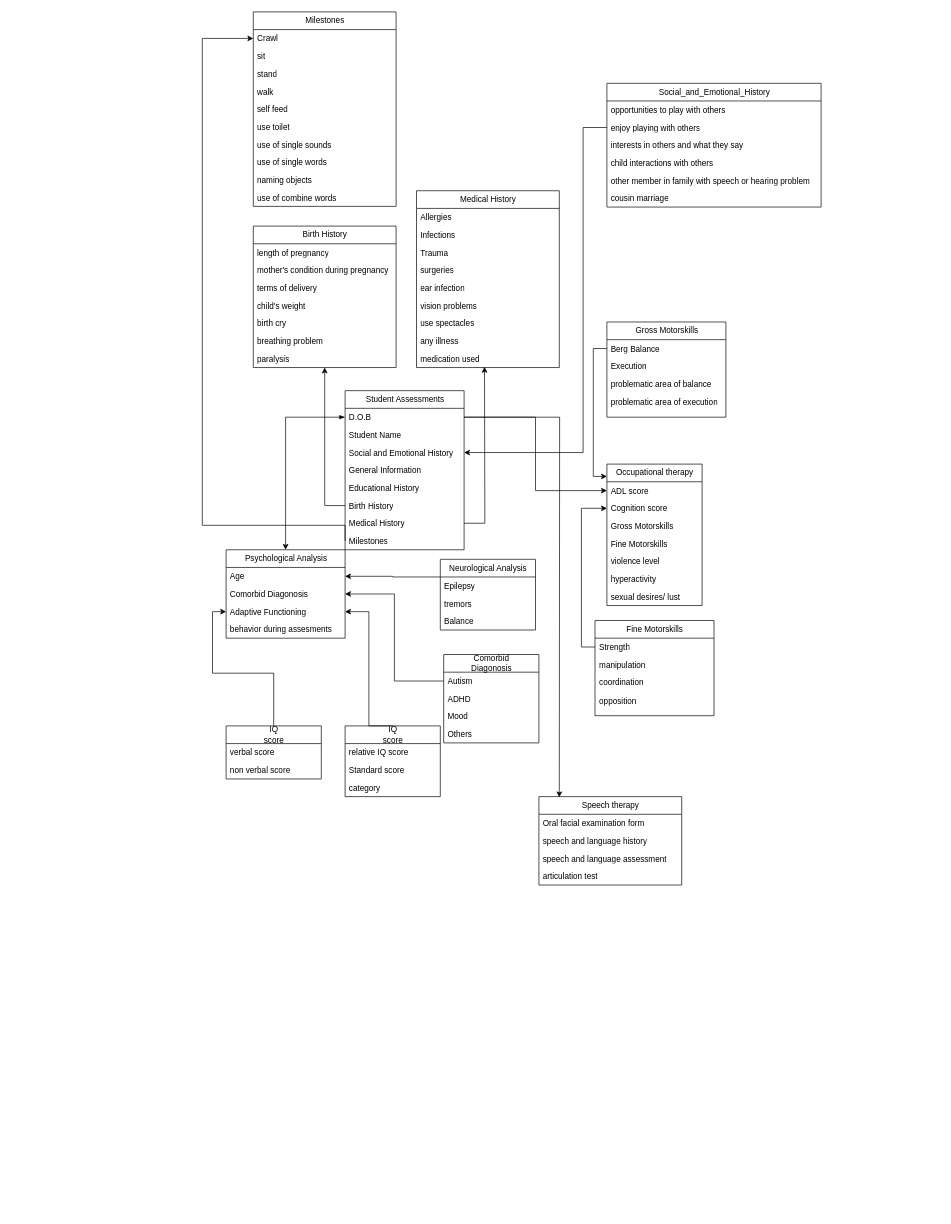
haris-hk/Project-Manzil keeps this draw.io diagram as Untitled Diagram.drawio. Above is the earlier version. Source tidied: cells renumbered, new cells numbered last; positions are measured from the earlier drawing's top-left corner, leaving out a move shared by most shapes. Both pictures are drawn from the tidied source at 68%, with x=0, y=0 at pixel (202, 12).
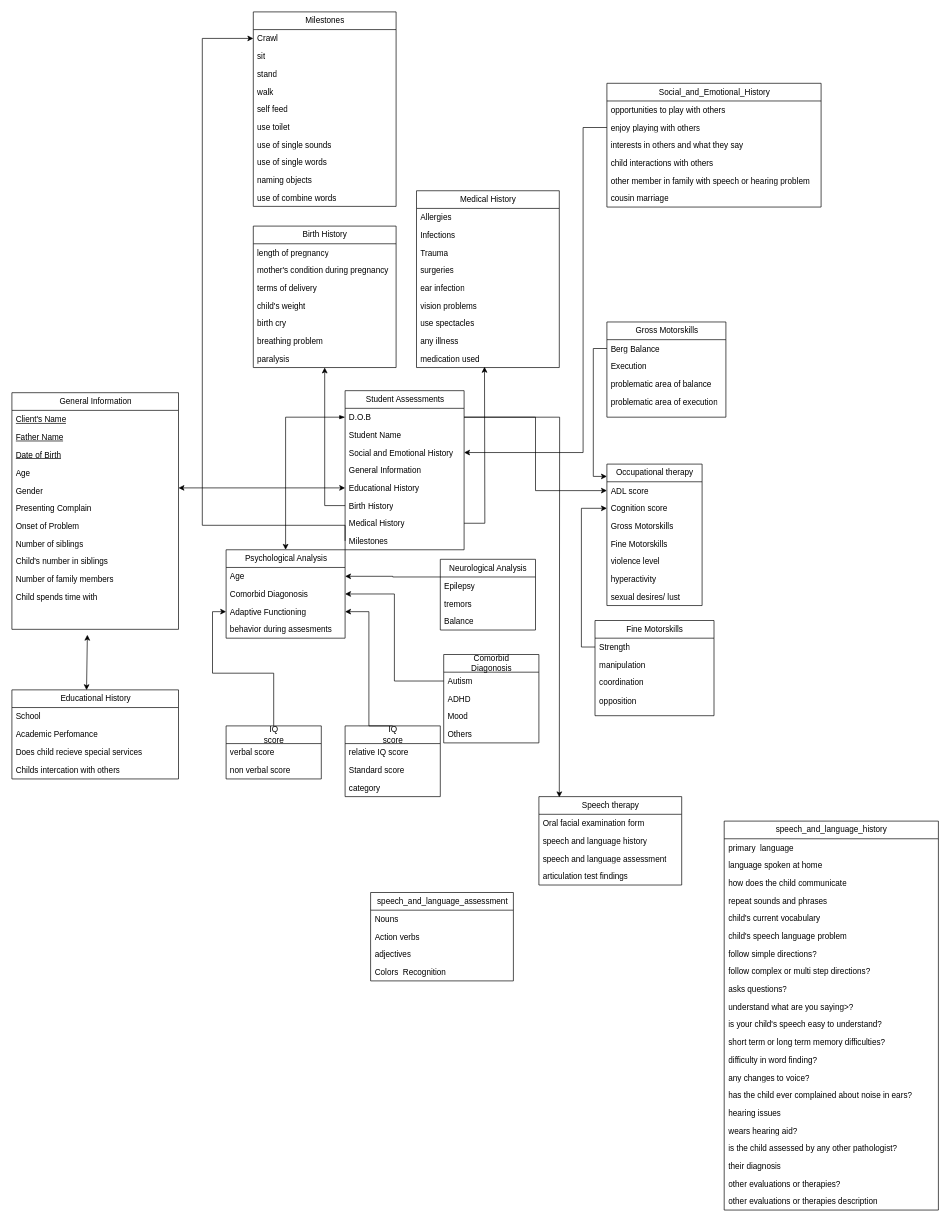
After the change.

The change refers to these unchanged cells:
```xml
<mxCell id="9" value="Educational History" style="text;strokeColor=none;fillColor=none;align=left;verticalAlign=top;spacingLeft=4;spacingRight=4;overflow=hidden;points=[[0,0.5],[1,0.5]];portConstraint=eastwest;whiteSpace=wrap;html=1;" parent="2" vertex="1">
  <mxGeometry y="130" width="175" height="26" as="geometry" />
</mxCell>
<mxCell id="91" value="Speech therapy" style="swimlane;fontStyle=0;horizontal=1;startSize=26;fillColor=none;html=1;" parent="1" vertex="1">
  <mxGeometry x="495" y="1154" width="210" height="130" as="geometry" />
</mxCell>
```

Change to the diagram source:
```diff
@@
-    <mxCell id="95" value="articulation test" style="text;strokeColor=none;fillColor=none;align=left;verticalAlign=top;spacingLeft=4;spacingRight=4;overflow=hidden;whiteSpace=wrap;html=1;" parent="91" vertex="1">
+    <mxCell id="95" value="articulation test findings" style="text;strokeColor=none;fillColor=none;align=left;verticalAlign=top;spacingLeft=4;spacingRight=4;overflow=hidden;whiteSpace=wrap;html=1;" parent="91" vertex="1">
       <mxGeometry y="104" width="210" height="26" as="geometry" />
     </mxCell>
@@
+    <mxCell id="105" value="&lt;span style=&quot;text-align: left; text-wrap: wrap;&quot;&gt;speech_and_language_history&lt;/span&gt;" style="swimlane;fontStyle=0;horizontal=1;startSize=26;fillColor=none;html=1;" parent="1" vertex="1">
+      <mxGeometry x="767.5" y="1190" width="315" height="572" as="geometry" />
+    </mxCell>
+    <mxCell id="106" value="primary&amp;nbsp; language" style="text;strokeColor=none;fillColor=none;align=left;verticalAlign=top;spacingLeft=4;spacingRight=4;overflow=hidden;whiteSpace=wrap;html=1;" parent="105" vertex="1">
+      <mxGeometry y="26" width="315" height="26" as="geometry" />
+    </mxCell>
+    <mxCell id="107" value="language spoken at home" style="text;strokeColor=none;fillColor=none;align=left;verticalAlign=top;spacingLeft=4;spacingRight=4;overflow=hidden;whiteSpace=wrap;html=1;" parent="105" vertex="1">
+      <mxGeometry y="52" width="315" height="26" as="geometry" />
+    </mxCell>
+    <mxCell id="108" value="how does the child communicate" style="text;strokeColor=none;fillColor=none;align=left;verticalAlign=top;spacingLeft=4;spacingRight=4;overflow=hidden;whiteSpace=wrap;html=1;" parent="105" vertex="1">
+      <mxGeometry y="78" width="315" height="26" as="geometry" />
+    </mxCell>
+    <mxCell id="109" value="repeat sounds and phrases" style="text;strokeColor=none;fillColor=none;align=left;verticalAlign=top;spacingLeft=4;spacingRight=4;overflow=hidden;whiteSpace=wrap;html=1;" parent="105" vertex="1">
+      <mxGeometry y="104" width="315" height="26" as="geometry" />
+    </mxCell>
+    <mxCell id="110" value="child's current vocabulary" style="text;strokeColor=none;fillColor=none;align=left;verticalAlign=top;spacingLeft=4;spacingRight=4;overflow=hidden;whiteSpace=wrap;html=1;" parent="105" vertex="1">
+      <mxGeometry y="130" width="315" height="26" as="geometry" />
+    </mxCell>
+    <mxCell id="111" value="child's speech language problem" style="text;strokeColor=none;fillColor=none;align=left;verticalAlign=top;spacingLeft=4;spacingRight=4;overflow=hidden;whiteSpace=wrap;html=1;" parent="105" vertex="1">
+      <mxGeometry y="156" width="315" height="26" as="geometry" />
+    </mxCell>
+    <mxCell id="112" value="follow simple directions?" style="text;strokeColor=none;fillColor=none;align=left;verticalAlign=top;spacingLeft=4;spacingRight=4;overflow=hidden;whiteSpace=wrap;html=1;" parent="105" vertex="1">
+      <mxGeometry y="182" width="315" height="26" as="geometry" />
+    </mxCell>
+    <mxCell id="113" value="follow complex or multi step directions?" style="text;strokeColor=none;fillColor=none;align=left;verticalAlign=top;spacingLeft=4;spacingRight=4;overflow=hidden;whiteSpace=wrap;html=1;" parent="105" vertex="1">
+      <mxGeometry y="208" width="315" height="26" as="geometry" />
+    </mxCell>
+    <mxCell id="114" value="asks questions?" style="text;strokeColor=none;fillColor=none;align=left;verticalAlign=top;spacingLeft=4;spacingRight=4;overflow=hidden;whiteSpace=wrap;html=1;" parent="105" vertex="1">
+      <mxGeometry y="234" width="315" height="26" as="geometry" />
+    </mxCell>
+    <mxCell id="115" value="understand what are you saying&amp;gt;?" style="text;strokeColor=none;fillColor=none;align=left;verticalAlign=top;spacingLeft=4;spacingRight=4;overflow=hidden;whiteSpace=wrap;html=1;" parent="105" vertex="1">
+      <mxGeometry y="260" width="315" height="26" as="geometry" />
+    </mxCell>
+    <mxCell id="116" value="is your child's speech easy to understand?" style="text;strokeColor=none;fillColor=none;align=left;verticalAlign=top;spacingLeft=4;spacingRight=4;overflow=hidden;whiteSpace=wrap;html=1;" parent="105" vertex="1">
+      <mxGeometry y="286" width="315" height="26" as="geometry" />
+    </mxCell>
+    <mxCell id="117" value="short term or long term memory difficulties?" style="text;strokeColor=none;fillColor=none;align=left;verticalAlign=top;spacingLeft=4;spacingRight=4;overflow=hidden;whiteSpace=wrap;html=1;" parent="105" vertex="1">
+      <mxGeometry y="312" width="315" height="26" as="geometry" />
+    </mxCell>
+    <mxCell id="118" value="difficulty in word finding?" style="text;strokeColor=none;fillColor=none;align=left;verticalAlign=top;spacingLeft=4;spacingRight=4;overflow=hidden;whiteSpace=wrap;html=1;" parent="105" vertex="1">
+      <mxGeometry y="338" width="315" height="26" as="geometry" />
+    </mxCell>
+    <mxCell id="119" value="any changes to voice?" style="text;strokeColor=none;fillColor=none;align=left;verticalAlign=top;spacingLeft=4;spacingRight=4;overflow=hidden;whiteSpace=wrap;html=1;" parent="105" vertex="1">
+      <mxGeometry y="364" width="315" height="26" as="geometry" />
+    </mxCell>
+    <mxCell id="120" value="has the child ever complained about noise in ears?" style="text;strokeColor=none;fillColor=none;align=left;verticalAlign=top;spacingLeft=4;spacingRight=4;overflow=hidden;whiteSpace=wrap;html=1;" parent="105" vertex="1">
+      <mxGeometry y="390" width="315" height="26" as="geometry" />
+    </mxCell>
+    <mxCell id="121" value="hearing issues" style="text;strokeColor=none;fillColor=none;align=left;verticalAlign=top;spacingLeft=4;spacingRight=4;overflow=hidden;whiteSpace=wrap;html=1;" parent="105" vertex="1">
+      <mxGeometry y="416" width="315" height="26" as="geometry" />
+    </mxCell>
+    <mxCell id="122" value="wears hearing aid?" style="text;strokeColor=none;fillColor=none;align=left;verticalAlign=top;spacingLeft=4;spacingRight=4;overflow=hidden;whiteSpace=wrap;html=1;" parent="105" vertex="1">
+      <mxGeometry y="442" width="315" height="26" as="geometry" />
+    </mxCell>
+    <mxCell id="123" value="is the child assessed by any other pathologist?" style="text;strokeColor=none;fillColor=none;align=left;verticalAlign=top;spacingLeft=4;spacingRight=4;overflow=hidden;whiteSpace=wrap;html=1;" parent="105" vertex="1">
+      <mxGeometry y="468" width="315" height="26" as="geometry" />
+    </mxCell>
+    <mxCell id="124" value="their diagnosis" style="text;strokeColor=none;fillColor=none;align=left;verticalAlign=top;spacingLeft=4;spacingRight=4;overflow=hidden;whiteSpace=wrap;html=1;" parent="105" vertex="1">
+      <mxGeometry y="494" width="315" height="26" as="geometry" />
+    </mxCell>
+    <mxCell id="125" value="other evaluations or therapies?" style="text;strokeColor=none;fillColor=none;align=left;verticalAlign=top;spacingLeft=4;spacingRight=4;overflow=hidden;whiteSpace=wrap;html=1;" parent="105" vertex="1">
+      <mxGeometry y="520" width="315" height="26" as="geometry" />
+    </mxCell>
+    <mxCell id="126" value="other evaluations or therapies description" style="text;strokeColor=none;fillColor=none;align=left;verticalAlign=top;spacingLeft=4;spacingRight=4;overflow=hidden;whiteSpace=wrap;html=1;" parent="105" vertex="1">
+      <mxGeometry y="546" width="315" height="26" as="geometry" />
+    </mxCell>
+    <mxCell id="127" value="&lt;span style=&quot;text-align: left; text-wrap: wrap;&quot;&gt;speech_and_language_assessment&lt;/span&gt;" style="swimlane;fontStyle=0;horizontal=1;startSize=26;fillColor=none;html=1;" parent="1" vertex="1">
+      <mxGeometry x="247.5" y="1295" width="210" height="130" as="geometry" />
+    </mxCell>
+    <mxCell id="128" value="Nouns" style="text;strokeColor=none;fillColor=none;align=left;verticalAlign=top;spacingLeft=4;spacingRight=4;overflow=hidden;whiteSpace=wrap;html=1;" parent="127" vertex="1">
+      <mxGeometry y="26" width="210" height="26" as="geometry" />
+    </mxCell>
+    <mxCell id="129" value="Action verbs" style="text;strokeColor=none;fillColor=none;align=left;verticalAlign=top;spacingLeft=4;spacingRight=4;overflow=hidden;whiteSpace=wrap;html=1;" parent="127" vertex="1">
+      <mxGeometry y="52" width="210" height="26" as="geometry" />
+    </mxCell>
+    <mxCell id="130" value="adjectives" style="text;strokeColor=none;fillColor=none;align=left;verticalAlign=top;spacingLeft=4;spacingRight=4;overflow=hidden;whiteSpace=wrap;html=1;" parent="127" vertex="1">
+      <mxGeometry y="78" width="210" height="26" as="geometry" />
+    </mxCell>
+    <mxCell id="131" value="Colors&amp;nbsp; Recognition" style="text;strokeColor=none;fillColor=none;align=left;verticalAlign=top;spacingLeft=4;spacingRight=4;overflow=hidden;whiteSpace=wrap;html=1;" parent="127" vertex="1">
+      <mxGeometry y="104" width="210" height="26" as="geometry" />
+    </mxCell>
+    <mxCell id="132" value="General Information" style="swimlane;fontStyle=0;horizontal=1;startSize=26;fillColor=none;html=1;" parent="1" vertex="1">
+      <mxGeometry x="-280" y="560" width="245" height="348" as="geometry" />
+    </mxCell>
+    <mxCell id="133" value="&lt;u&gt;Client's Name&lt;/u&gt;" style="text;strokeColor=none;fillColor=none;align=left;verticalAlign=top;spacingLeft=4;spacingRight=4;overflow=hidden;whiteSpace=wrap;html=1;" parent="132" vertex="1">
+      <mxGeometry y="26" width="245" height="26" as="geometry" />
+    </mxCell>
+    <mxCell id="134" value="&lt;u&gt;Father Name&lt;/u&gt;" style="text;strokeColor=none;fillColor=none;align=left;verticalAlign=top;spacingLeft=4;spacingRight=4;overflow=hidden;whiteSpace=wrap;html=1;" parent="132" vertex="1">
+      <mxGeometry y="52" width="245" height="26" as="geometry" />
+    </mxCell>
+    <mxCell id="135" value="&lt;u&gt;Date of Birth&lt;/u&gt;" style="text;strokeColor=none;fillColor=none;align=left;verticalAlign=top;spacingLeft=4;spacingRight=4;overflow=hidden;whiteSpace=wrap;html=1;" parent="132" vertex="1">
+      <mxGeometry y="78" width="245" height="27" as="geometry" />
+    </mxCell>
+    <mxCell id="136" value="Age" style="text;strokeColor=none;fillColor=none;align=left;verticalAlign=top;spacingLeft=4;spacingRight=4;overflow=hidden;whiteSpace=wrap;html=1;" parent="132" vertex="1">
+      <mxGeometry y="105" width="245" height="26" as="geometry" />
+    </mxCell>
+    <mxCell id="137" value="Gender" style="text;strokeColor=none;fillColor=none;align=left;verticalAlign=top;spacingLeft=4;spacingRight=4;overflow=hidden;whiteSpace=wrap;html=1;" parent="132" vertex="1">
+      <mxGeometry y="131" width="245" height="26" as="geometry" />
+    </mxCell>
+    <mxCell id="138" value="Presenting Complain" style="text;strokeColor=none;fillColor=none;align=left;verticalAlign=top;spacingLeft=4;spacingRight=4;overflow=hidden;whiteSpace=wrap;html=1;" parent="132" vertex="1">
+      <mxGeometry y="157" width="245" height="26" as="geometry" />
+    </mxCell>
+    <mxCell id="139" value="Onset of Problem" style="text;strokeColor=none;fillColor=none;align=left;verticalAlign=top;spacingLeft=4;spacingRight=4;overflow=hidden;whiteSpace=wrap;html=1;" parent="132" vertex="1">
+      <mxGeometry y="183" width="245" height="26" as="geometry" />
+    </mxCell>
+    <mxCell id="140" value="Number of siblings" style="text;strokeColor=none;fillColor=none;align=left;verticalAlign=top;spacingLeft=4;spacingRight=4;overflow=hidden;whiteSpace=wrap;html=1;" parent="132" vertex="1">
+      <mxGeometry y="209" width="245" height="26" as="geometry" />
+    </mxCell>
+    <mxCell id="141" value="Child's number in siblings" style="text;strokeColor=none;fillColor=none;align=left;verticalAlign=top;spacingLeft=4;spacingRight=4;overflow=hidden;whiteSpace=wrap;html=1;" parent="132" vertex="1">
+      <mxGeometry y="235" width="245" height="26" as="geometry" />
+    </mxCell>
+    <mxCell id="142" value="Number of family members" style="text;strokeColor=none;fillColor=none;align=left;verticalAlign=top;spacingLeft=4;spacingRight=4;overflow=hidden;whiteSpace=wrap;html=1;" parent="132" vertex="1">
+      <mxGeometry y="261" width="245" height="26" as="geometry" />
+    </mxCell>
+    <mxCell id="143" value="Child spends time with" style="text;strokeColor=none;fillColor=none;align=left;verticalAlign=top;spacingLeft=4;spacingRight=4;overflow=hidden;whiteSpace=wrap;html=1;" parent="132" vertex="1">
+      <mxGeometry y="287" width="245" height="26" as="geometry" />
+    </mxCell>
+    <mxCell id="144" value="&lt;br&gt;&lt;div&gt;&lt;br&gt;&lt;/div&gt;&lt;div&gt;&lt;br&gt;&lt;/div&gt;&lt;div&gt;&lt;br&gt;&lt;/div&gt;&lt;div&gt;&lt;br&gt;&lt;/div&gt;&lt;div&gt;&lt;br&gt;&lt;/div&gt;&lt;div&gt;&lt;br&gt;&lt;/div&gt;" style="text;strokeColor=none;fillColor=none;align=left;verticalAlign=top;spacingLeft=4;spacingRight=4;overflow=hidden;points=[[0,0.5],[1,0.5]];portConstraint=eastwest;whiteSpace=wrap;html=1;" parent="132" vertex="1">
+      <mxGeometry y="313" width="245" height="35" as="geometry" />
+    </mxCell>
+    <mxCell id="145" style="endArrow=classic;startArrow=classic;html=1;rounded=0;entryX=0;entryY=0.5;entryDx=0;entryDy=0;" parent="1" edge="1" target="9">
+      <mxGeometry relative="1" as="geometry">
+        <mxPoint x="-35" y="700" as="sourcePoint" />
+      </mxGeometry>
+    </mxCell>
+    <mxCell id="146" value="Educational History" style="swimlane;fontStyle=0;horizontal=1;startSize=26;fillColor=none;html=1;" parent="1" vertex="1">
+      <mxGeometry x="-280" y="997" width="245" height="131" as="geometry" />
+    </mxCell>
+    <mxCell id="147" value="School" style="text;strokeColor=none;fillColor=none;align=left;verticalAlign=top;spacingLeft=4;spacingRight=4;overflow=hidden;whiteSpace=wrap;html=1;" parent="146" vertex="1">
+      <mxGeometry y="26" width="245" height="26" as="geometry" />
+    </mxCell>
+    <mxCell id="148" value="Academic Perfomance" style="text;strokeColor=none;fillColor=none;align=left;verticalAlign=top;spacingLeft=4;spacingRight=4;overflow=hidden;whiteSpace=wrap;html=1;" parent="146" vertex="1">
+      <mxGeometry y="52" width="245" height="26" as="geometry" />
+    </mxCell>
+    <mxCell id="149" value="Does child recieve special services" style="text;strokeColor=none;fillColor=none;align=left;verticalAlign=top;spacingLeft=4;spacingRight=4;overflow=hidden;whiteSpace=wrap;html=1;" parent="146" vertex="1">
+      <mxGeometry y="78" width="245" height="27" as="geometry" />
+    </mxCell>
+    <mxCell id="150" value="Childs intercation with others" style="text;strokeColor=none;fillColor=none;align=left;verticalAlign=top;spacingLeft=4;spacingRight=4;overflow=hidden;whiteSpace=wrap;html=1;" parent="146" vertex="1">
+      <mxGeometry y="105" width="245" height="26" as="geometry" />
+    </mxCell>
+    <mxCell id="151" style="endArrow=classic;startArrow=classic;html=1;rounded=0;entryX=0.453;entryY=1.229;entryDx=0;entryDy=0;entryPerimeter=0;exitX=0.448;exitY=0.003;exitDx=0;exitDy=0;exitPerimeter=0;" parent="1" edge="1" source="146" target="144">
+      <mxGeometry relative="1" as="geometry" />
+    </mxCell>
```
